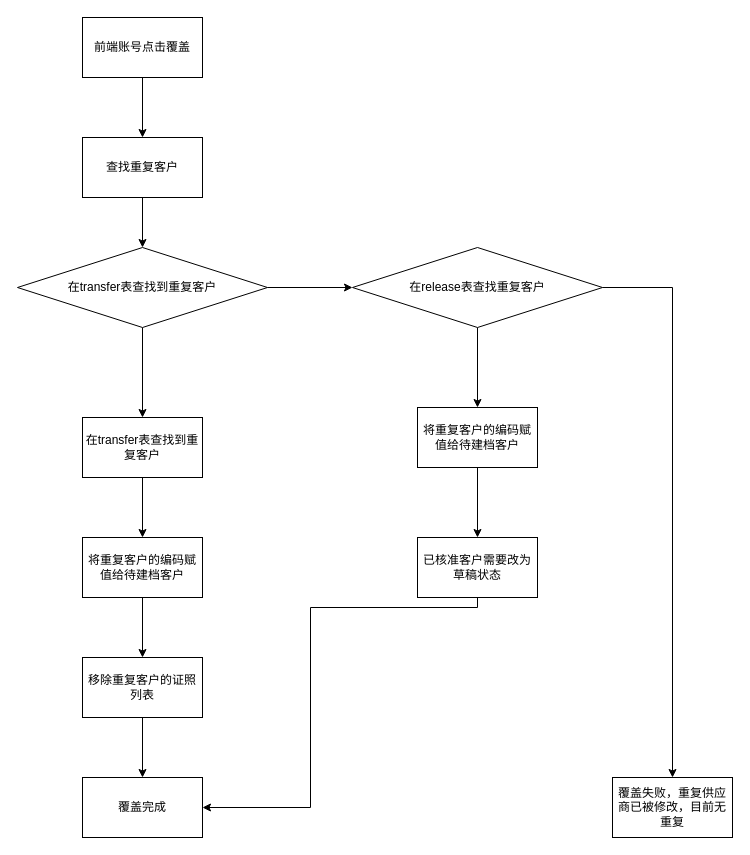
The draw.io diagram gitskills/Copy of 客户编辑待建档草稿覆盖逻辑.drawio in benbenbo/learngit, before the edit. Source tidied: cells renumbered, new cells numbered last; positions are measured from the earlier drawing's top-left corner, leaving out a move shared by most shapes. Both pictures are drawn from the tidied source at 100%, with x=0, y=0 at pixel (17, 17).
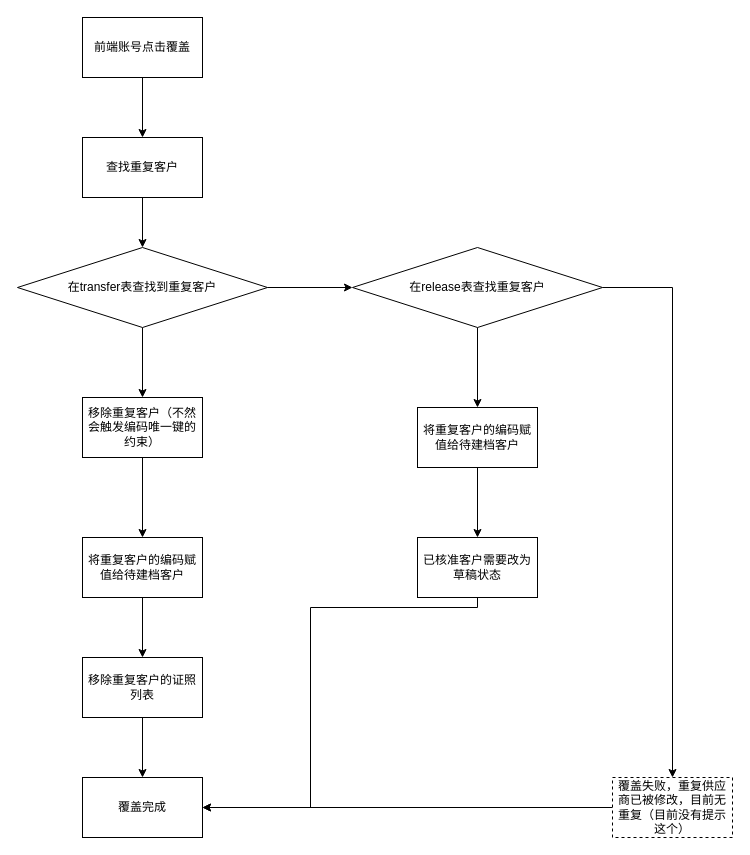
After the change.

Commit message:
Update Copy of 客户编辑待建档草稿覆盖逻辑.drawio

Unchanged cells that the change refers to:
```xml
<mxCell id="9" value="将重复客户的编码赋值给待建档客户" style="rounded=0;whiteSpace=wrap;html=1;" parent="1" vertex="1">
  <mxGeometry x="65" y="520" width="120" height="60" as="geometry" />
</mxCell>
<mxCell id="12" value="覆盖完成" style="rounded=0;whiteSpace=wrap;html=1;" parent="1" vertex="1">
  <mxGeometry x="65" y="760" width="120" height="60" as="geometry" />
</mxCell>
<mxCell id="19" value="&lt;span&gt;在transfer表查找到重复客户&lt;/span&gt;" style="rhombus;whiteSpace=wrap;html=1;" parent="1" vertex="1">
  <mxGeometry y="230" width="250" height="80" as="geometry" />
</mxCell>
```

The edit, as a diff of the source:
```diff
@@
-    <mxCell id="6" style="edgeStyle=orthogonalEdgeStyle;rounded=0;jettySize=auto;html=1;entryX=0.5;entryY=0;entryDx=0;entryDy=0;" parent="1" edge="1" source="7" target="9">
-      <mxGeometry relative="1" as="geometry" />
-    </mxCell>
-    <mxCell id="7" value="在transfer表查找到重复客户" style="rounded=0;whiteSpace=wrap;html=1;" parent="1" vertex="1">
-      <mxGeometry x="65" y="400" width="120" height="60" as="geometry" />
-    </mxCell>
@@
-    <mxCell id="17" style="edgeStyle=orthogonalEdgeStyle;rounded=0;jettySize=auto;html=1;" parent="1" edge="1" source="19" target="7">
-      <mxGeometry relative="1" as="geometry" />
-    </mxCell>
@@
+    <mxCell id="24" style="edgeStyle=orthogonalEdgeStyle;rounded=0;jettySize=auto;html=1;entryX=0.5;entryY=0;entryDx=0;entryDy=0;" parent="1" edge="1" source="19" target="27">
+      <mxGeometry relative="1" as="geometry" />
+    </mxCell>
@@
+    <mxCell id="25" style="edgeStyle=orthogonalEdgeStyle;rounded=0;jettySize=auto;html=1;" parent="1" edge="1" source="23" target="12">
+      <mxGeometry relative="1" as="geometry" />
+    </mxCell>
-    <mxCell id="23" value="覆盖失败，重复供应商已被修改，目前无重复" style="rounded=0;whiteSpace=wrap;html=1;" parent="1" vertex="1">
+    <mxCell id="23" value="覆盖失败，重复供应商已被修改，目前无重复（目前没有提示这个）" style="rounded=0;whiteSpace=wrap;html=1;dashed=1;" parent="1" vertex="1">
       <mxGeometry x="595" y="760" width="120" height="60" as="geometry" />
     </mxCell>
+    <mxCell id="26" style="edgeStyle=orthogonalEdgeStyle;rounded=0;jettySize=auto;html=1;entryX=0.5;entryY=0;entryDx=0;entryDy=0;" parent="1" edge="1" source="27" target="9">
+      <mxGeometry relative="1" as="geometry" />
+    </mxCell>
+    <mxCell id="27" value="移除重复客户（不然会触发编码唯一键的约束）" style="rounded=0;whiteSpace=wrap;html=1;" parent="1" vertex="1">
+      <mxGeometry x="65" y="380" width="120" height="60" as="geometry" />
+    </mxCell>
```
